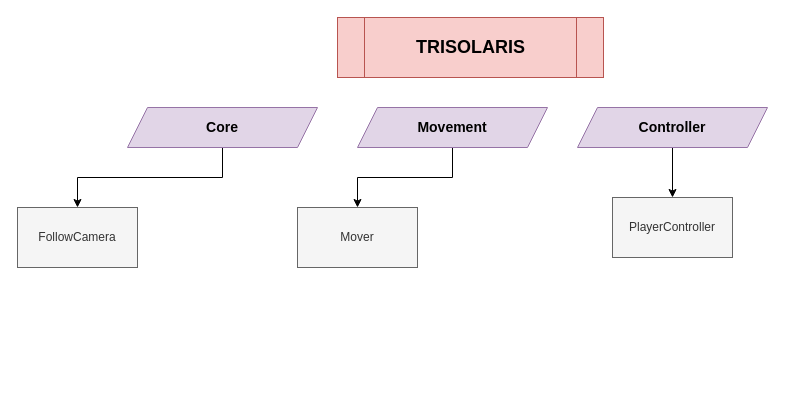
Earlier version of the draw.io diagram Trisolaris Code Tree.drawio (ezoisil/Trisolaris). Source tidied: cells renumbered, new cells numbered last; positions are measured from the earlier drawing's top-left corner, leaving out a move shared by most shapes. Both pictures are drawn from the tidied source at 100%, with x=0, y=0 at pixel (17, 17).
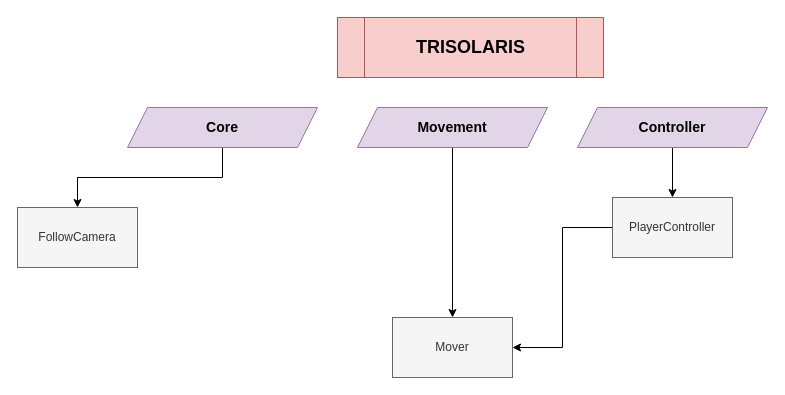
The same diagram, later.

What changed in the source:
```diff
@@
 <mxGraphModel>
   <root>
     <mxCell id="0" />
     <mxCell id="1" parent="0" />
     <mxCell id="2" style="edgeStyle=orthogonalEdgeStyle;rounded=0;jettySize=auto;html=1;fontFamily=Helvetica;fontSize=12;fontColor=#333333;" parent="1" edge="1" source="3" target="8">
       <mxGeometry relative="1" as="geometry" />
     </mxCell>
     <mxCell id="3" value="&lt;font style=&quot;font-size: 14px&quot;&gt;&lt;b&gt;Core&lt;/b&gt;&lt;/font&gt;" style="shape=parallelogram;perimeter=parallelogramPerimeter;whiteSpace=wrap;html=1;fixedSize=1;fillColor=#e1d5e7;strokeColor=#9673a6;" parent="1" vertex="1">
       <mxGeometry x="110" y="90" width="190" height="40" as="geometry" />
     </mxCell>
     <mxCell id="4" style="edgeStyle=orthogonalEdgeStyle;rounded=0;jettySize=auto;html=1;fontFamily=Helvetica;fontSize=12;fontColor=#333333;" parent="1" edge="1" source="5" target="9">
       <mxGeometry relative="1" as="geometry" />
     </mxCell>
     <mxCell id="5" value="&lt;font style=&quot;font-size: 14px&quot;&gt;&lt;b&gt;Movement&lt;/b&gt;&lt;/font&gt;" style="shape=parallelogram;perimeter=parallelogramPerimeter;whiteSpace=wrap;html=1;fixedSize=1;fillColor=#e1d5e7;strokeColor=#9673a6;" parent="1" vertex="1">
       <mxGeometry x="340" y="90" width="190" height="40" as="geometry" />
     </mxCell>
     <mxCell id="6" style="edgeStyle=orthogonalEdgeStyle;rounded=0;jettySize=auto;html=1;fontFamily=Helvetica;fontSize=12;fontColor=#333333;" parent="1" edge="1" source="7" target="10">
       <mxGeometry relative="1" as="geometry" />
     </mxCell>
     <mxCell id="7" value="&lt;font style=&quot;font-size: 14px&quot;&gt;&lt;b&gt;Controller&lt;/b&gt;&lt;/font&gt;" style="shape=parallelogram;perimeter=parallelogramPerimeter;whiteSpace=wrap;html=1;fixedSize=1;fillColor=#e1d5e7;strokeColor=#9673a6;" parent="1" vertex="1">
       <mxGeometry x="560" y="90" width="190" height="40" as="geometry" />
     </mxCell>
     <mxCell id="8" value="FollowCamera" style="rounded=0;whiteSpace=wrap;html=1;fontFamily=Helvetica;fontSize=12;strokeColor=#666666;fillColor=#f5f5f5;fontColor=#333333;" parent="1" vertex="1">
       <mxGeometry y="190" width="120" height="60" as="geometry" />
     </mxCell>
     <mxCell id="9" value="Mover" style="rounded=0;whiteSpace=wrap;html=1;fontFamily=Helvetica;fontSize=12;strokeColor=#666666;fillColor=#f5f5f5;fontColor=#333333;" parent="1" vertex="1">
-      <mxGeometry x="280" y="190" width="120" height="60" as="geometry" />
+      <mxGeometry x="375" y="300" width="120" height="60" as="geometry" />
     </mxCell>
+    <mxCell id="12" style="edgeStyle=orthogonalEdgeStyle;rounded=0;jettySize=auto;html=1;entryX=1;entryY=0.5;entryDx=0;entryDy=0;fontFamily=Helvetica;fontSize=18;fontColor=#333333;" parent="1" edge="1" source="10" target="9">
+      <mxGeometry relative="1" as="geometry" />
+    </mxCell>
     <mxCell id="10" value="PlayerController" style="rounded=0;whiteSpace=wrap;html=1;fontFamily=Helvetica;fontSize=12;strokeColor=#666666;fillColor=#f5f5f5;fontColor=#333333;" parent="1" vertex="1">
       <mxGeometry x="595" y="180" width="120" height="60" as="geometry" />
     </mxCell>
     <mxCell id="11" value="&lt;b style=&quot;font-size: 12px&quot;&gt;&lt;font style=&quot;font-size: 18px&quot;&gt;TRISOLARIS&lt;/font&gt;&lt;/b&gt;" style="shape=process;whiteSpace=wrap;html=1;backgroundOutline=1;rounded=0;fontFamily=Helvetica;fontSize=18;strokeColor=#b85450;fillColor=#f8cecc;" parent="1" vertex="1">
       <mxGeometry x="320" width="266" height="60" as="geometry" />
     </mxCell>
   </root>
 </mxGraphModel>
```
